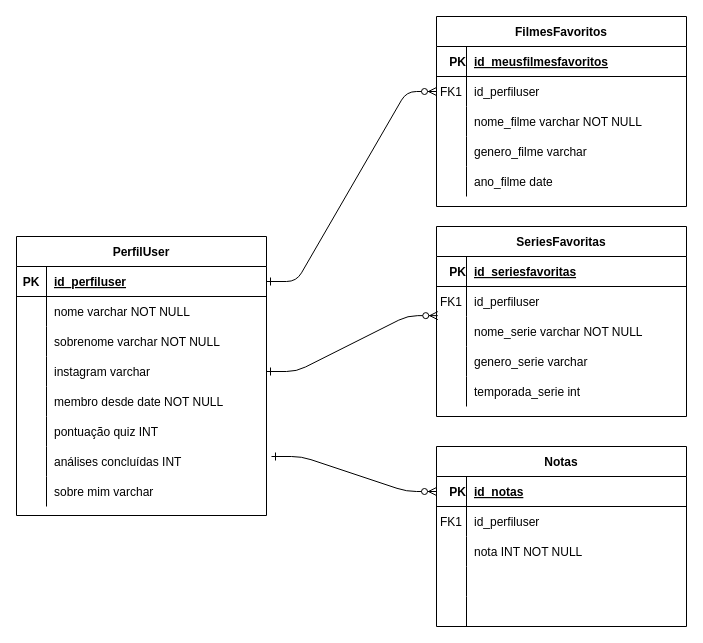
The draw.io diagram DER Perfil User.drawio in cinemundo/cinemundo, before the edit. Source tidied: cells renumbered, new cells numbered last; positions are measured from the earlier drawing's top-left corner, leaving out a move shared by most shapes. Both pictures are drawn from the tidied source at 100%, with x=0, y=0 at pixel (16, 16).
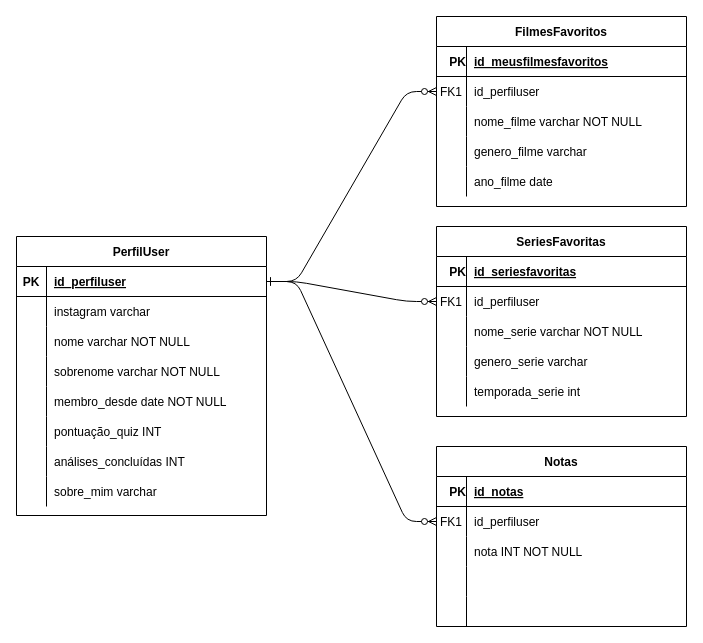
The same page after the edit.

The change refers to these unchanged cells:
```xml
<mxCell id="19" value="PerfilUser" style="shape=table;startSize=30;childLayout=tableLayout;rowLines=0;fontStyle=1;align=center;" parent="1" vertex="1">
  <mxGeometry y="220" width="250" height="279" as="geometry" />
</mxCell>
<mxCell id="20" style="shape=partialRectangle;fillColor=none;points=[[0,0.5],[1,0.5]];portConstraint=eastwest;top=0;left=0;right=0;bottom=1;" parent="19" vertex="1">
  <mxGeometry y="30" width="250" height="30" as="geometry" />
</mxCell>
<mxCell id="32" style="shape=partialRectangle;fillColor=none;top=0;left=0;right=0;bottom=0;" parent="19" vertex="1">
  <mxGeometry y="150" width="250" height="30" as="geometry" />
</mxCell>
<mxCell id="35" style="shape=partialRectangle;fillColor=none;top=0;left=0;right=0;bottom=0;" parent="19" vertex="1">
  <mxGeometry y="180" width="250" height="30" as="geometry" />
</mxCell>
<mxCell id="38" style="shape=partialRectangle;fillColor=none;top=0;left=0;right=0;bottom=0;" parent="19" vertex="1">
  <mxGeometry y="210" width="250" height="30" as="geometry" />
</mxCell>
<mxCell id="41" style="shape=partialRectangle;fillColor=none;top=0;left=0;right=0;bottom=0;" parent="19" vertex="1">
  <mxGeometry y="240" width="250" height="30" as="geometry" />
</mxCell>
<mxCell id="49" style="shape=partialRectangle;fillColor=none;points=[[0,0.5],[1,0.5]];portConstraint=eastwest;top=0;left=0;right=0;bottom=0;" parent="45" vertex="1">
  <mxGeometry y="60" width="250" height="30" as="geometry" />
</mxCell>
<mxCell id="62" style="shape=partialRectangle;fillColor=none;points=[[0,0.5],[1,0.5]];portConstraint=eastwest;top=0;left=0;right=0;bottom=1;" parent="61" vertex="1">
  <mxGeometry y="30" width="250" height="30" as="geometry" />
</mxCell>
<mxCell id="65" style="shape=partialRectangle;fillColor=none;points=[[0,0.5],[1,0.5]];portConstraint=eastwest;top=0;left=0;right=0;bottom=0;" parent="61" vertex="1">
  <mxGeometry y="60" width="250" height="30" as="geometry" />
</mxCell>
```

The edit, as a diff of the source:
```diff
@@
+    <mxCell id="29" style="shape=partialRectangle;fillColor=none;points=[[0,0.5],[1,0.5]];portConstraint=eastwest;top=0;left=0;right=0;bottom=0;" parent="19" vertex="1">
+      <mxGeometry y="60" width="250" height="30" as="geometry" />
+    </mxCell>
+    <mxCell id="30" style="shape=partialRectangle;overflow=hidden;fillColor=none;top=0;left=0;bottom=0;right=0;" parent="29" vertex="1">
+      <mxGeometry width="30" height="30" as="geometry" />
+    </mxCell>
+    <mxCell id="31" value="instagram varchar " style="shape=partialRectangle;overflow=hidden;fillColor=none;top=0;left=0;bottom=0;right=0;align=left;spacingLeft=6;" parent="29" vertex="1">
+      <mxGeometry x="30" width="220" height="30" as="geometry" />
+    </mxCell>
     <mxCell id="23" style="shape=partialRectangle;fillColor=none;top=0;left=0;right=0;bottom=0;" parent="19" vertex="1">
-      <mxGeometry y="60" width="250" height="30" as="geometry" />
+      <mxGeometry y="90" width="250" height="30" as="geometry" />
     </mxCell>
@@
     <mxCell id="26" style="shape=partialRectangle;fillColor=none;top=0;left=0;right=0;bottom=0;" parent="19" vertex="1">
-      <mxGeometry y="90" width="250" height="30" as="geometry" />
+      <mxGeometry y="120" width="250" height="30" as="geometry" />
     </mxCell>
@@
-    <mxCell id="29" style="shape=partialRectangle;fillColor=none;points=[[0,0.5],[1,0.5]];portConstraint=eastwest;top=0;left=0;right=0;bottom=0;" parent="19" vertex="1">
-      <mxGeometry y="120" width="250" height="30" as="geometry" />
-    </mxCell>
-    <mxCell id="30" style="shape=partialRectangle;overflow=hidden;fillColor=none;top=0;left=0;bottom=0;right=0;" parent="29" vertex="1">
-      <mxGeometry width="30" height="30" as="geometry" />
-    </mxCell>
-    <mxCell id="31" value="instagram varchar " style="shape=partialRectangle;overflow=hidden;fillColor=none;top=0;left=0;bottom=0;right=0;align=left;spacingLeft=6;" parent="29" vertex="1">
-      <mxGeometry x="30" width="220" height="30" as="geometry" />
-    </mxCell>
@@
-    <mxCell id="34" value="membro desde date NOT NULL" style="shape=partialRectangle;overflow=hidden;fillColor=none;top=0;left=0;bottom=0;right=0;align=left;spacingLeft=6;" parent="32" vertex="1">
+    <mxCell id="34" value="membro_desde date NOT NULL" style="shape=partialRectangle;overflow=hidden;fillColor=none;top=0;left=0;bottom=0;right=0;align=left;spacingLeft=6;" parent="32" vertex="1">
       <mxGeometry x="30" width="220" height="30" as="geometry" />
     </mxCell>
@@
-    <mxCell id="37" value="pontuação quiz INT " style="shape=partialRectangle;overflow=hidden;fillColor=none;top=0;left=0;bottom=0;right=0;align=left;spacingLeft=6;" parent="35" vertex="1">
+    <mxCell id="37" value="pontuação_quiz INT " style="shape=partialRectangle;overflow=hidden;fillColor=none;top=0;left=0;bottom=0;right=0;align=left;spacingLeft=6;" parent="35" vertex="1">
       <mxGeometry x="30" width="220" height="30" as="geometry" />
     </mxCell>
@@
-    <mxCell id="40" value="análises concluídas INT" style="shape=partialRectangle;overflow=hidden;fillColor=none;top=0;left=0;bottom=0;right=0;align=left;spacingLeft=6;" parent="38" vertex="1">
+    <mxCell id="40" value="análises_concluídas INT" style="shape=partialRectangle;overflow=hidden;fillColor=none;top=0;left=0;bottom=0;right=0;align=left;spacingLeft=6;" parent="38" vertex="1">
       <mxGeometry x="30" width="220" height="30" as="geometry" />
     </mxCell>
@@
-    <mxCell id="43" value="sobre mim varchar " style="shape=partialRectangle;overflow=hidden;fillColor=none;top=0;left=0;bottom=0;right=0;align=left;spacingLeft=6;" parent="41" vertex="1">
+    <mxCell id="43" value="sobre_mim varchar " style="shape=partialRectangle;overflow=hidden;fillColor=none;top=0;left=0;bottom=0;right=0;align=left;spacingLeft=6;" parent="41" vertex="1">
       <mxGeometry x="30" width="220" height="30" as="geometry" />
     </mxCell>
-    <mxCell id="44" style="edgeStyle=entityRelationEdgeStyle;endArrow=ERzeroToMany;startArrow=ERone;endFill=1;startFill=0;exitX=1;exitY=0.5;exitDx=0;exitDy=0;entryX=0.005;entryY=0.971;entryDx=0;entryDy=0;entryPerimeter=0;" parent="1" edge="1" source="29" target="49">
+    <mxCell id="44" style="edgeStyle=entityRelationEdgeStyle;endArrow=ERzeroToMany;startArrow=ERone;endFill=1;startFill=0;exitX=1;exitY=0.5;exitDx=0;exitDy=0;" parent="1" edge="1" source="20" target="49">
       <mxGeometry relative="1" as="geometry" />
     </mxCell>
@@
-    <mxCell id="77" style="edgeStyle=entityRelationEdgeStyle;endArrow=ERzeroToMany;startArrow=ERone;endFill=1;startFill=0;entryX=0;entryY=0.5;entryDx=0;entryDy=0;" parent="1" edge="1" target="62">
-      <mxGeometry relative="1" as="geometry">
-        <mxPoint x="255" y="440" as="sourcePoint" />
-      </mxGeometry>
+    <mxCell id="77" style="edgeStyle=entityRelationEdgeStyle;endArrow=ERzeroToMany;startArrow=ERone;endFill=1;startFill=0;entryX=0;entryY=0.5;entryDx=0;entryDy=0;" parent="1" edge="1" source="20" target="65">
+      <mxGeometry relative="1" as="geometry" />
     </mxCell>
+    <mxCell id="78" style="edgeStyle=orthogonalEdgeStyle;rounded=0;orthogonalLoop=1;jettySize=auto;html=1;" parent="1" edge="1">
+      <mxGeometry relative="1" as="geometry">
+        <mxPoint x="250" y="270" as="sourcePoint" />
+        <mxPoint x="250" y="270" as="targetPoint" />
+      </mxGeometry>
+    </mxCell>
```
